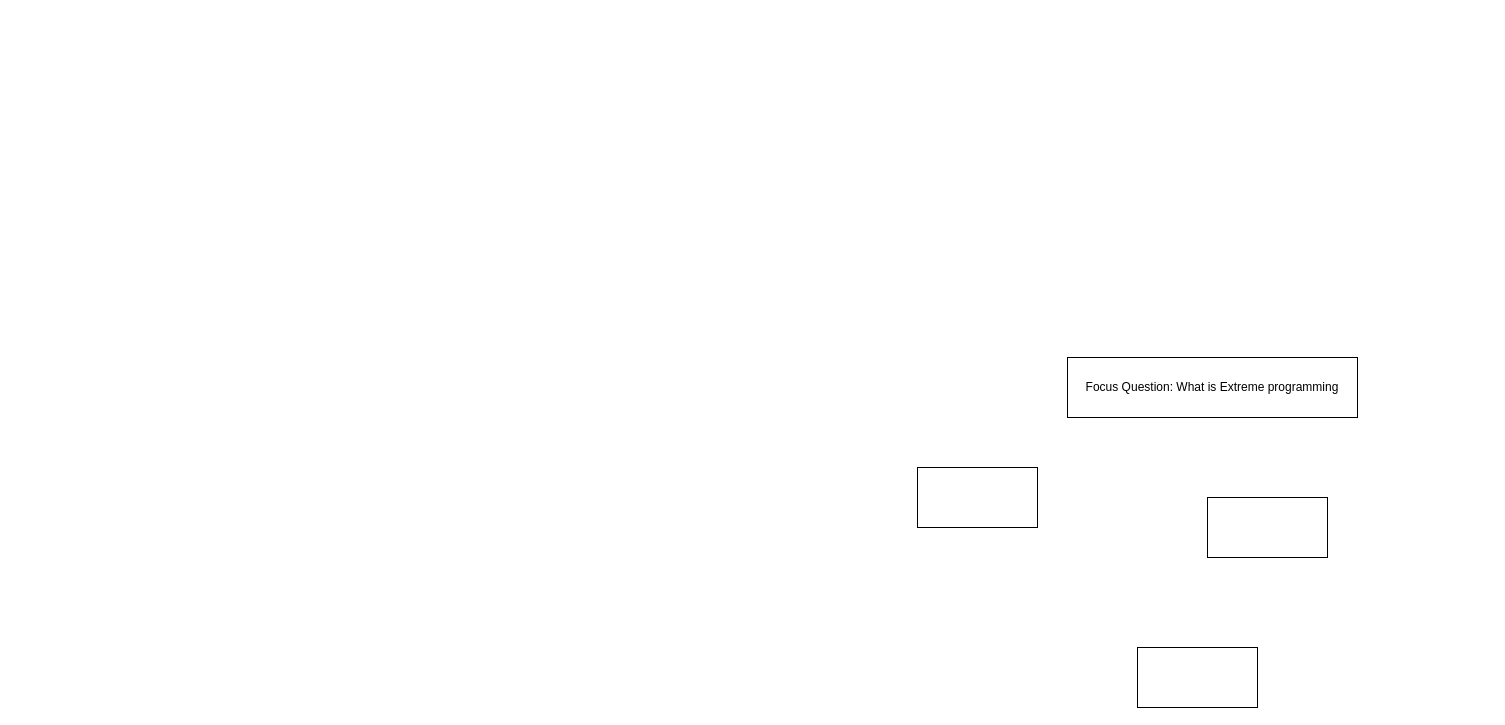
This is Untitled Diagram.drawio from XiaotianWU-code/img, a draw.io file, before an edit. Source tidied: cells renumbered, new cells numbered last; positions are measured from the earlier drawing's top-left corner, leaving out a move shared by most shapes. Both pictures are drawn from the tidied source at 100%, with x=0, y=0 at pixel (917, 357).
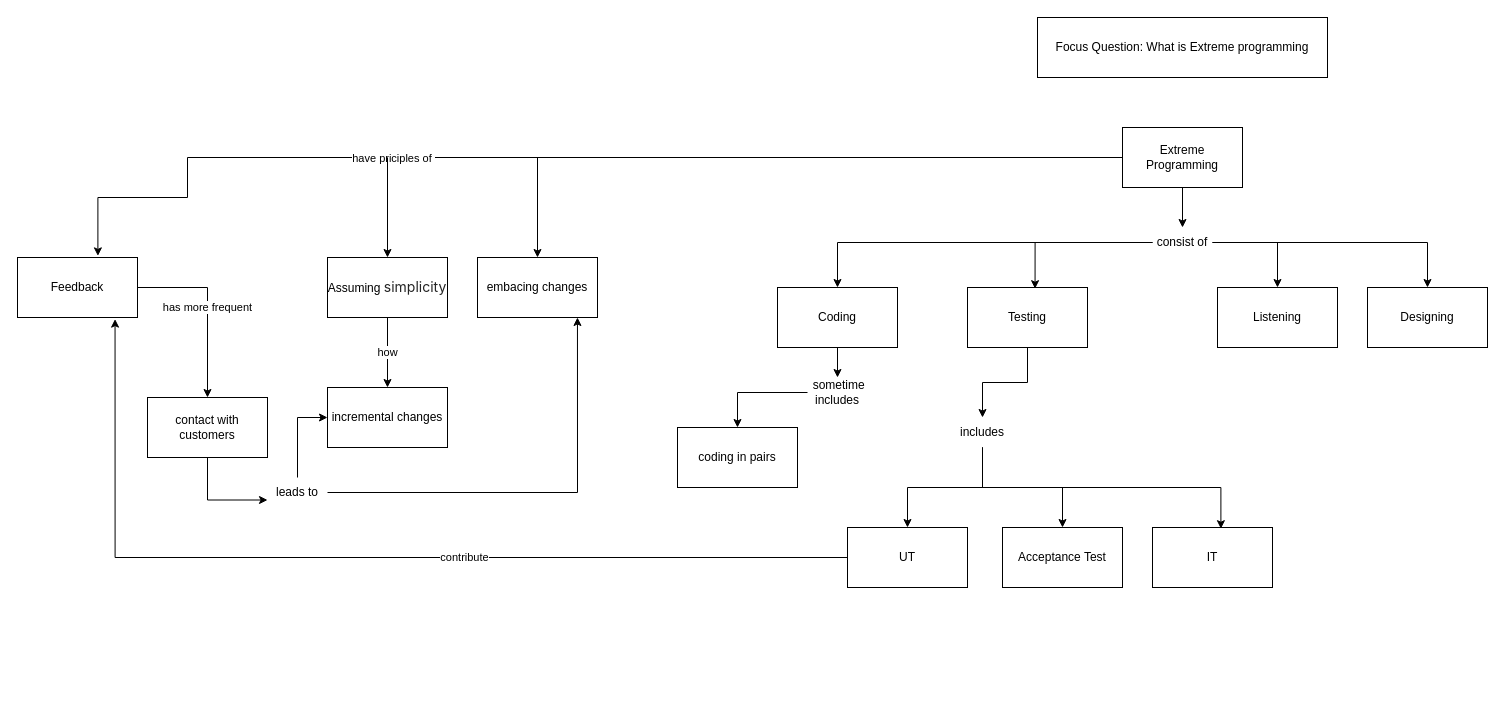
Above is the later version.

Change to the diagram source:
```diff
@@
     <mxCell id="2" value="Focus Question: What is Extreme programming&lt;br&gt;&lt;div style=&quot;font-size: calc(0.875em); line-height: 1.6; position: relative; z-index: 0; color: rgb(32, 33, 34); font-family: sans-serif; text-align: start;&quot; class=&quot;vector-body&quot; id=&quot;bodyContent&quot;&gt;&lt;/div&gt;" style="whiteSpace=wrap;html=1;" parent="1" vertex="1">
-      <mxGeometry x="150" width="290" height="60" as="geometry" />
+      <mxGeometry x="120" y="-340" width="290" height="60" as="geometry" />
     </mxCell>
-    <mxCell id="3" style="whiteSpace=wrap;html=1;" parent="1" vertex="1">
-      <mxGeometry y="110" width="120" height="60" as="geometry" />
-    </mxCell>
+    <mxCell id="6" style="edgeStyle=orthogonalEdgeStyle;rounded=0;jettySize=auto;html=1;entryX=0.5;entryY=0;entryDx=0;entryDy=0;" parent="1" edge="1" source="4" target="27">
+      <mxGeometry relative="1" as="geometry" />
+    </mxCell>
-    <mxCell id="4" style="whiteSpace=wrap;html=1;" parent="1" vertex="1">
-      <mxGeometry x="290" y="140" width="120" height="60" as="geometry" />
+    <mxCell id="4" value="Testing" style="whiteSpace=wrap;html=1;" parent="1" vertex="1">
+      <mxGeometry x="50" y="-70" width="120" height="60" as="geometry" />
     </mxCell>
-    <mxCell id="5" style="whiteSpace=wrap;html=1;" parent="1" vertex="1">
-      <mxGeometry x="220" y="290" width="120" height="60" as="geometry" />
+    <mxCell id="5" value="Listening" style="whiteSpace=wrap;html=1;" parent="1" vertex="1">
+      <mxGeometry x="300" y="-70" width="120" height="60" as="geometry" />
     </mxCell>
+    <mxCell id="7" style="edgeStyle=orthogonalEdgeStyle;rounded=0;jettySize=auto;html=1;" parent="1" edge="1" source="8" target="30">
+      <mxGeometry relative="1" as="geometry" />
+    </mxCell>
+    <mxCell id="8" value="Coding" style="whiteSpace=wrap;html=1;" parent="1" vertex="1">
+      <mxGeometry x="-140" y="-70" width="120" height="60" as="geometry" />
+    </mxCell>
+    <mxCell id="9" value="Designing" style="whiteSpace=wrap;html=1;" parent="1" vertex="1">
+      <mxGeometry x="450" y="-70" width="120" height="60" as="geometry" />
+    </mxCell>
+    <mxCell id="10" style="edgeStyle=orthogonalEdgeStyle;rounded=0;jettySize=auto;html=1;entryX=0.5;entryY=0;entryDx=0;entryDy=0;" parent="1" edge="1" source="13" target="18">
+      <mxGeometry relative="1" as="geometry" />
+    </mxCell>
+    <mxCell id="11" style="edgeStyle=orthogonalEdgeStyle;rounded=0;jettySize=auto;html=1;entryX=0.67;entryY=-0.027;entryDx=0;entryDy=0;entryPerimeter=0;" parent="1" edge="1" source="13" target="32">
+      <mxGeometry relative="1" as="geometry">
+        <Array as="points">
+          <mxPoint x="-730" y="-200" />
+          <mxPoint x="-730" y="-160" />
+          <mxPoint x="-820" y="-160" />
+        </Array>
+      </mxGeometry>
+    </mxCell>
+    <mxCell id="12" value="have priciples of&amp;nbsp;" style="edgeLabel;html=1;align=center;verticalAlign=middle;" parent="11" vertex="1">
+      <mxGeometry x="0.3" relative="1" as="geometry" />
+    </mxCell>
+    <mxCell id="13" value="Extreme Programming" style="whiteSpace=wrap;html=1;" parent="1" vertex="1">
+      <mxGeometry x="205" y="-230" width="120" height="60" as="geometry" />
+    </mxCell>
+    <mxCell id="14" style="edgeStyle=orthogonalEdgeStyle;rounded=0;jettySize=auto;html=1;entryX=0.5;entryY=0;entryDx=0;entryDy=0;" parent="1" edge="1" source="18" target="8">
+      <mxGeometry relative="1" as="geometry" />
+    </mxCell>
+    <mxCell id="15" style="edgeStyle=orthogonalEdgeStyle;rounded=0;jettySize=auto;html=1;entryX=0.5;entryY=0;entryDx=0;entryDy=0;" parent="1" edge="1" source="18" target="5">
+      <mxGeometry relative="1" as="geometry" />
+    </mxCell>
+    <mxCell id="16" style="edgeStyle=orthogonalEdgeStyle;rounded=0;jettySize=auto;html=1;entryX=0.5;entryY=0;entryDx=0;entryDy=0;" parent="1" edge="1" source="18" target="9">
+      <mxGeometry relative="1" as="geometry" />
+    </mxCell>
+    <mxCell id="17" style="edgeStyle=orthogonalEdgeStyle;rounded=0;jettySize=auto;html=1;entryX=0.563;entryY=0.02;entryDx=0;entryDy=0;entryPerimeter=0;" parent="1" edge="1" source="18" target="4">
+      <mxGeometry relative="1" as="geometry" />
+    </mxCell>
+    <mxCell id="18" value="consist of" style="text;html=1;strokeColor=none;fillColor=none;align=center;verticalAlign=middle;whiteSpace=wrap;rounded=0;" parent="1" vertex="1">
+      <mxGeometry x="235" y="-130" width="60" height="30" as="geometry" />
+    </mxCell>
+    <mxCell id="19" style="edgeStyle=orthogonalEdgeStyle;rounded=0;jettySize=auto;html=1;entryX=0.813;entryY=1.027;entryDx=0;entryDy=0;entryPerimeter=0;" parent="1" edge="1" source="21" target="32">
+      <mxGeometry relative="1" as="geometry" />
+    </mxCell>
+    <mxCell id="20" value="contribute" style="edgeLabel;html=1;align=center;verticalAlign=middle;" parent="19" vertex="1">
+      <mxGeometry x="-0.21" y="-1" relative="1" as="geometry" />
+    </mxCell>
+    <mxCell id="21" value="UT" style="whiteSpace=wrap;html=1;" parent="1" vertex="1">
+      <mxGeometry x="-70" y="170" width="120" height="60" as="geometry" />
+    </mxCell>
+    <mxCell id="22" value="Acceptance Test" style="whiteSpace=wrap;html=1;" parent="1" vertex="1">
+      <mxGeometry x="85" y="170" width="120" height="60" as="geometry" />
+    </mxCell>
+    <mxCell id="23" value="IT" style="whiteSpace=wrap;html=1;" parent="1" vertex="1">
+      <mxGeometry x="235" y="170" width="120" height="60" as="geometry" />
+    </mxCell>
+    <mxCell id="24" style="edgeStyle=orthogonalEdgeStyle;rounded=0;jettySize=auto;html=1;entryX=0.5;entryY=0;entryDx=0;entryDy=0;" parent="1" edge="1" source="27" target="21">
+      <mxGeometry relative="1" as="geometry" />
+    </mxCell>
+    <mxCell id="25" style="edgeStyle=orthogonalEdgeStyle;rounded=0;jettySize=auto;html=1;" parent="1" edge="1" source="27" target="22">
+      <mxGeometry relative="1" as="geometry" />
+    </mxCell>
+    <mxCell id="26" style="edgeStyle=orthogonalEdgeStyle;rounded=0;jettySize=auto;html=1;entryX=0.57;entryY=0.02;entryDx=0;entryDy=0;entryPerimeter=0;" parent="1" edge="1" source="27" target="23">
+      <mxGeometry relative="1" as="geometry">
+        <Array as="points">
+          <mxPoint x="65" y="130" />
+          <mxPoint x="303" y="130" />
+        </Array>
+      </mxGeometry>
+    </mxCell>
+    <mxCell id="27" value="includes" style="text;html=1;strokeColor=none;fillColor=none;align=center;verticalAlign=middle;whiteSpace=wrap;rounded=0;" parent="1" vertex="1">
+      <mxGeometry x="35" y="60" width="60" height="30" as="geometry" />
+    </mxCell>
+    <mxCell id="28" value="coding in pairs" style="whiteSpace=wrap;html=1;" parent="1" vertex="1">
+      <mxGeometry x="-240" y="70" width="120" height="60" as="geometry" />
+    </mxCell>
+    <mxCell id="29" style="edgeStyle=orthogonalEdgeStyle;rounded=0;jettySize=auto;html=1;entryX=0.5;entryY=0;entryDx=0;entryDy=0;" parent="1" edge="1" source="30" target="28">
+      <mxGeometry relative="1" as="geometry" />
+    </mxCell>
+    <mxCell id="30" value="&amp;nbsp;sometime includes" style="text;html=1;strokeColor=none;fillColor=none;align=center;verticalAlign=middle;whiteSpace=wrap;rounded=0;" parent="1" vertex="1">
+      <mxGeometry x="-110" y="20" width="60" height="30" as="geometry" />
+    </mxCell>
+    <mxCell id="31" value="has more frequent" style="edgeStyle=orthogonalEdgeStyle;rounded=0;jettySize=auto;html=1;entryX=0.5;entryY=0;entryDx=0;entryDy=0;" parent="1" edge="1" source="32" target="40">
+      <mxGeometry relative="1" as="geometry" />
+    </mxCell>
+    <mxCell id="32" value="Feedback" style="whiteSpace=wrap;html=1;" parent="1" vertex="1">
+      <mxGeometry x="-900" y="-100" width="120" height="60" as="geometry" />
+    </mxCell>
+    <mxCell id="33" value="how" style="edgeStyle=orthogonalEdgeStyle;rounded=0;jettySize=auto;html=1;entryX=0.5;entryY=0;entryDx=0;entryDy=0;" parent="1" edge="1" source="34" target="36">
+      <mxGeometry relative="1" as="geometry" />
+    </mxCell>
+    <mxCell id="34" value="Assuming&amp;nbsp;&lt;span style=&quot;color: rgb(36, 36, 36); font-family: -apple-system, BlinkMacSystemFont, &amp;quot;Segoe UI&amp;quot;, system-ui, &amp;quot;Apple Color Emoji&amp;quot;, &amp;quot;Segoe UI Emoji&amp;quot;, &amp;quot;Segoe UI Web&amp;quot;, sans-serif; font-size: 14px; text-align: start; background-color: rgb(255, 255, 255);&quot;&gt;simplicity&lt;/span&gt;" style="whiteSpace=wrap;html=1;" parent="1" vertex="1">
+      <mxGeometry x="-590" y="-100" width="120" height="60" as="geometry" />
+    </mxCell>
+    <mxCell id="35" value="embacing changes" style="whiteSpace=wrap;html=1;" parent="1" vertex="1">
+      <mxGeometry x="-440" y="-100" width="120" height="60" as="geometry" />
+    </mxCell>
+    <mxCell id="36" value="incremental changes" style="whiteSpace=wrap;html=1;" parent="1" vertex="1">
+      <mxGeometry x="-590" y="30" width="120" height="60" as="geometry" />
+    </mxCell>
+    <mxCell id="37" style="edgeStyle=none;jettySize=auto;html=1;rounded=0;entryX=0.5;entryY=0;entryDx=0;entryDy=0;" parent="1" edge="1" target="34">
+      <mxGeometry relative="1" as="geometry">
+        <mxPoint x="-530" y="-200" as="sourcePoint" />
+      </mxGeometry>
+    </mxCell>
+    <mxCell id="38" style="edgeStyle=none;jettySize=auto;html=1;rounded=0;entryX=0.5;entryY=0;entryDx=0;entryDy=0;" parent="1" edge="1" target="35">
+      <mxGeometry relative="1" as="geometry">
+        <mxPoint x="-380" y="-200" as="sourcePoint" />
+      </mxGeometry>
+    </mxCell>
+    <mxCell id="39" style="edgeStyle=orthogonalEdgeStyle;rounded=0;jettySize=auto;html=1;exitX=0.5;exitY=1;exitDx=0;exitDy=0;entryX=0;entryY=0.75;entryDx=0;entryDy=0;" parent="1" edge="1" source="40" target="43">
+      <mxGeometry relative="1" as="geometry" />
+    </mxCell>
+    <mxCell id="40" value="contact with customers" style="whiteSpace=wrap;html=1;" parent="1" vertex="1">
+      <mxGeometry x="-770" y="40" width="120" height="60" as="geometry" />
+    </mxCell>
+    <mxCell id="41" style="edgeStyle=orthogonalEdgeStyle;rounded=0;jettySize=auto;html=1;exitX=1;exitY=0.5;exitDx=0;exitDy=0;entryX=0.833;entryY=1;entryDx=0;entryDy=0;entryPerimeter=0;" parent="1" edge="1" source="43" target="35">
+      <mxGeometry relative="1" as="geometry" />
+    </mxCell>
+    <mxCell id="42" style="edgeStyle=orthogonalEdgeStyle;rounded=0;jettySize=auto;html=1;entryX=0;entryY=0.5;entryDx=0;entryDy=0;" parent="1" edge="1" source="43" target="36">
+      <mxGeometry relative="1" as="geometry" />
+    </mxCell>
+    <mxCell id="43" value="leads to" style="text;html=1;strokeColor=none;fillColor=none;align=center;verticalAlign=middle;whiteSpace=wrap;rounded=0;" parent="1" vertex="1">
+      <mxGeometry x="-650" y="120" width="60" height="30" as="geometry" />
+    </mxCell>
```
